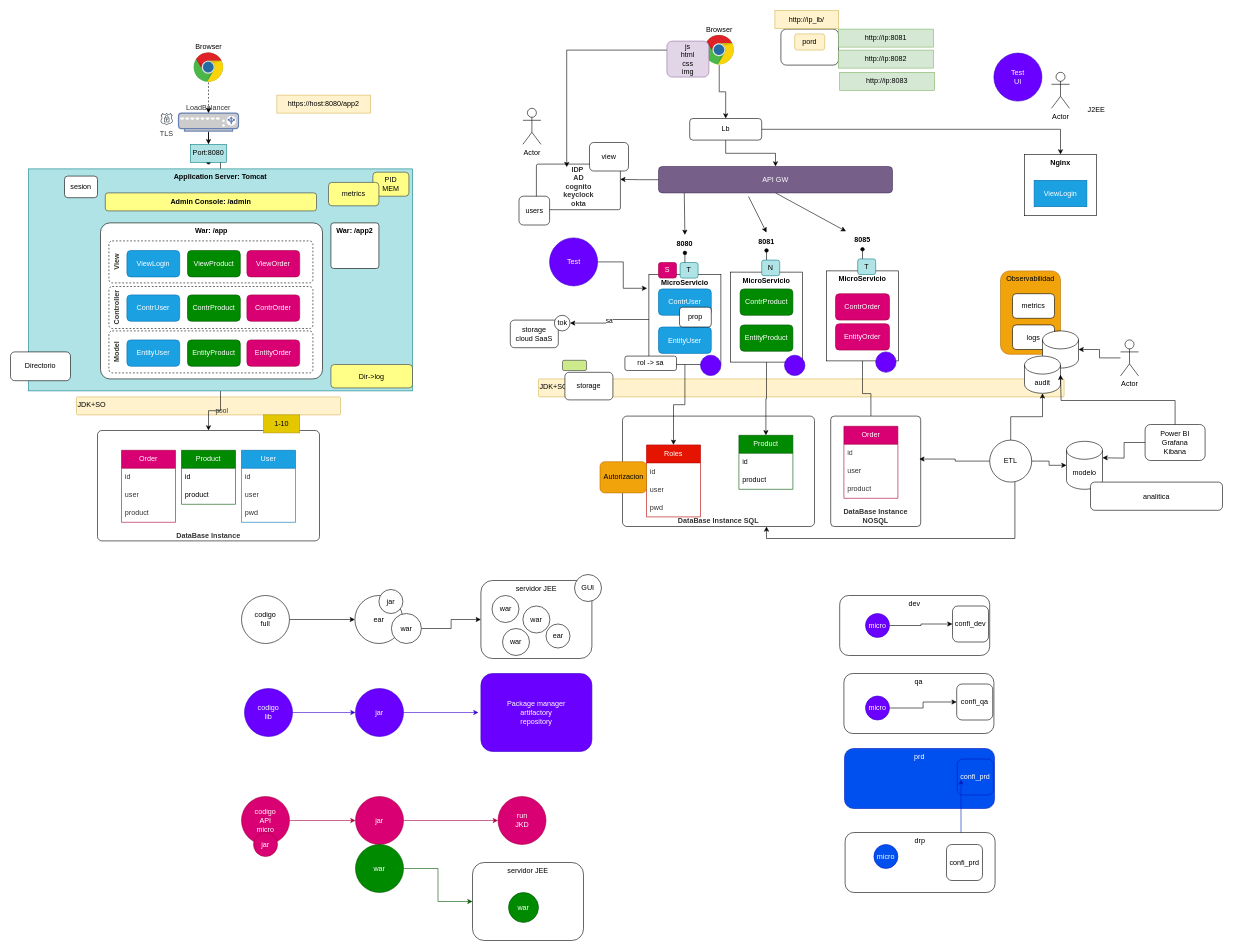
The draw.io diagram page "Page-3" (3 of 23) of doc/curso-marzo.drawio in gmacastil/ms-mz-producto, before the edit. Source tidied: cells renumbered, new cells numbered last; positions are measured from the earlier drawing's top-left corner, leaving out a move shared by most shapes. Both pictures are drawn from the tidied source at 60%, with x=0, y=0 at pixel (10, 10).
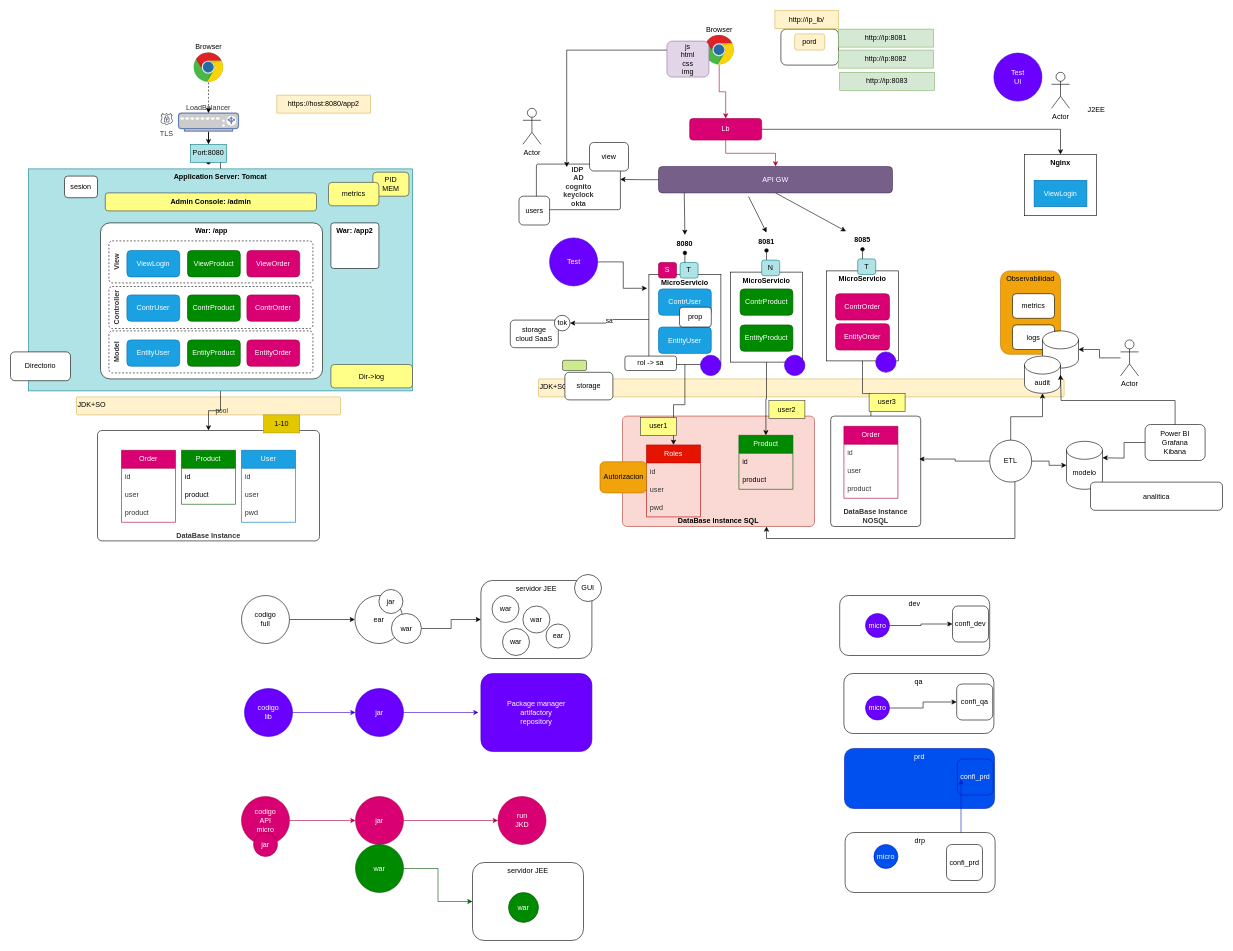
After the change.

The change refers to these unchanged cells:
```xml
<mxCell id="5" value="MicroServicio" style="rounded=0;whiteSpace=wrap;html=1;align=center;verticalAlign=top;arcSize=6;fontFamily=Helvetica;fontSize=12;fontStyle=1;labelBackgroundColor=none;" parent="1" vertex="1">
  <mxGeometry x="1064" y="440" width="120" height="150" as="geometry" />
</mxCell>
<mxCell id="73" value="Roles" style="swimlane;fontStyle=0;horizontal=1;startSize=30;whiteSpace=wrap;fontSize=12;fillColor=#e51400;fontColor=#ffffff;strokeColor=#B20000;labelBackgroundColor=none;" parent="1" vertex="1">
  <mxGeometry x="1060" y="724" width="90" height="120" as="geometry" />
</mxCell>
<mxCell id="82" value="Browser" style="dashed=0;outlineConnect=0;html=1;align=center;labelPosition=center;verticalLabelPosition=top;verticalAlign=bottom;shape=mxgraph.weblogos.chrome;" parent="1" vertex="1">
  <mxGeometry x="1156.4" y="41" width="49.6" height="50" as="geometry" />
</mxCell>
<mxCell id="127" value="API GW" style="rounded=1;whiteSpace=wrap;html=1;fillColor=#76608a;fontColor=#ffffff;strokeColor=#432D57;" parent="1" vertex="1">
  <mxGeometry x="1080" y="260" width="390" height="44" as="geometry" />
</mxCell>
```

What changed in the source:
```diff
@@
-    <mxCell id="72" value="DataBase Instance SQL" style="rounded=1;whiteSpace=wrap;arcSize=4;verticalAlign=bottom;fontStyle=1;labelBackgroundColor=none;fontColor=#333333;" parent="1" vertex="1">
+    <mxCell id="72" value="DataBase Instance SQL" style="rounded=1;whiteSpace=wrap;arcSize=4;verticalAlign=bottom;fontStyle=1;labelBackgroundColor=none;fillColor=#fad9d5;strokeColor=#ae4132;" parent="1" vertex="1">
       <mxGeometry x="1020" y="676" width="320" height="184" as="geometry" />
     </mxCell>
@@
-    <mxCell id="79" style="edgeStyle=orthogonalEdgeStyle;rounded=0;jettySize=auto;html=1;entryX=0.5;entryY=0;entryDx=0;entryDy=0;" parent="1" edge="1" source="5" target="73">
+    <mxCell id="79" style="edgeStyle=orthogonalEdgeStyle;rounded=0;jettySize=auto;html=1;entryX=0.5;entryY=0;entryDx=0;entryDy=0;strokeWidth=1;" parent="1" edge="1" source="5" target="73">
       <mxGeometry relative="1" as="geometry" />
     </mxCell>
@@
-    <mxCell id="86" style="edgeStyle=orthogonalEdgeStyle;rounded=0;jettySize=auto;html=1;entryX=0.5;entryY=0;entryDx=0;entryDy=0;" parent="1" edge="1" source="82" target="118">
+    <mxCell id="86" style="edgeStyle=orthogonalEdgeStyle;rounded=0;jettySize=auto;html=1;entryX=0.5;entryY=0;entryDx=0;entryDy=0;fillColor=#d80073;strokeColor=#A50040;" parent="1" edge="1" source="82" target="118">
       <mxGeometry relative="1" as="geometry" />
     </mxCell>
@@
-    <mxCell id="116" style="edgeStyle=orthogonalEdgeStyle;rounded=0;jettySize=auto;html=1;" parent="1" edge="1" source="118" target="127">
+    <mxCell id="116" style="edgeStyle=orthogonalEdgeStyle;rounded=0;jettySize=auto;html=1;fillColor=#d80073;strokeColor=#A50040;" parent="1" edge="1" source="118" target="127">
       <mxGeometry relative="1" as="geometry" />
     </mxCell>
@@
-    <mxCell id="118" value="Lb" style="rounded=1;whiteSpace=wrap;html=1;" parent="1" vertex="1">
+    <mxCell id="118" value="Lb" style="rounded=1;whiteSpace=wrap;html=1;fillColor=#d80073;fontColor=#ffffff;strokeColor=#A50040;" parent="1" vertex="1">
       <mxGeometry x="1132" y="180" width="120" height="36" as="geometry" />
     </mxCell>
@@
+    <mxCell id="180" value="user1" style="text;html=1;align=center;verticalAlign=middle;whiteSpace=wrap;rounded=0;fillColor=#ffff88;strokeColor=#36393d;" parent="1" vertex="1">
+      <mxGeometry x="1050" y="678" width="60" height="30" as="geometry" />
+    </mxCell>
+    <mxCell id="181" value="user2" style="text;html=1;align=center;verticalAlign=middle;whiteSpace=wrap;rounded=0;fillColor=#ffff88;strokeColor=#36393d;" parent="1" vertex="1">
+      <mxGeometry x="1264" y="650" width="60" height="30" as="geometry" />
+    </mxCell>
+    <mxCell id="182" value="user3" style="text;html=1;align=center;verticalAlign=middle;whiteSpace=wrap;rounded=0;fillColor=#ffff88;strokeColor=#36393d;" parent="1" vertex="1">
+      <mxGeometry x="1431" y="638" width="60" height="30" as="geometry" />
+    </mxCell>
```
